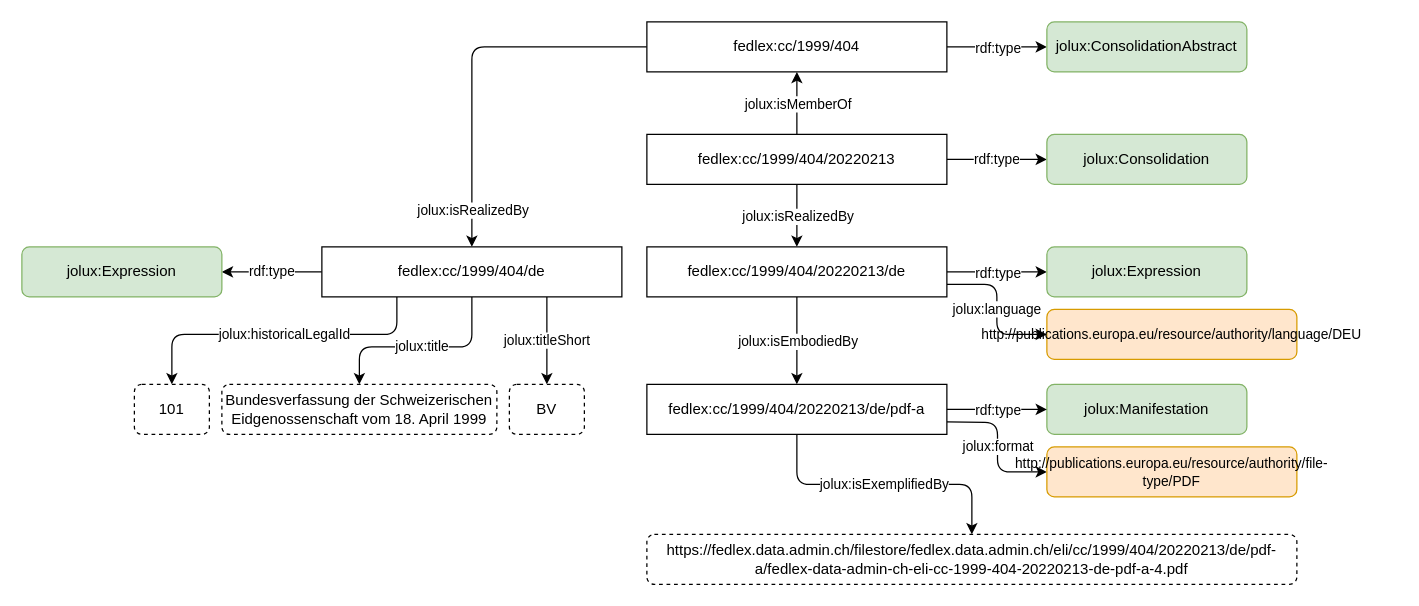
The draw.io diagram content/drawio/manifestation.drawio in bequrios/fedlex, before the edit. Source tidied: cells renumbered, new cells numbered last; positions are measured from the earlier drawing's top-left corner, leaving out a move shared by most shapes. Both pictures are drawn from the tidied source at 125%, with x=0, y=0 at pixel (21, 21).
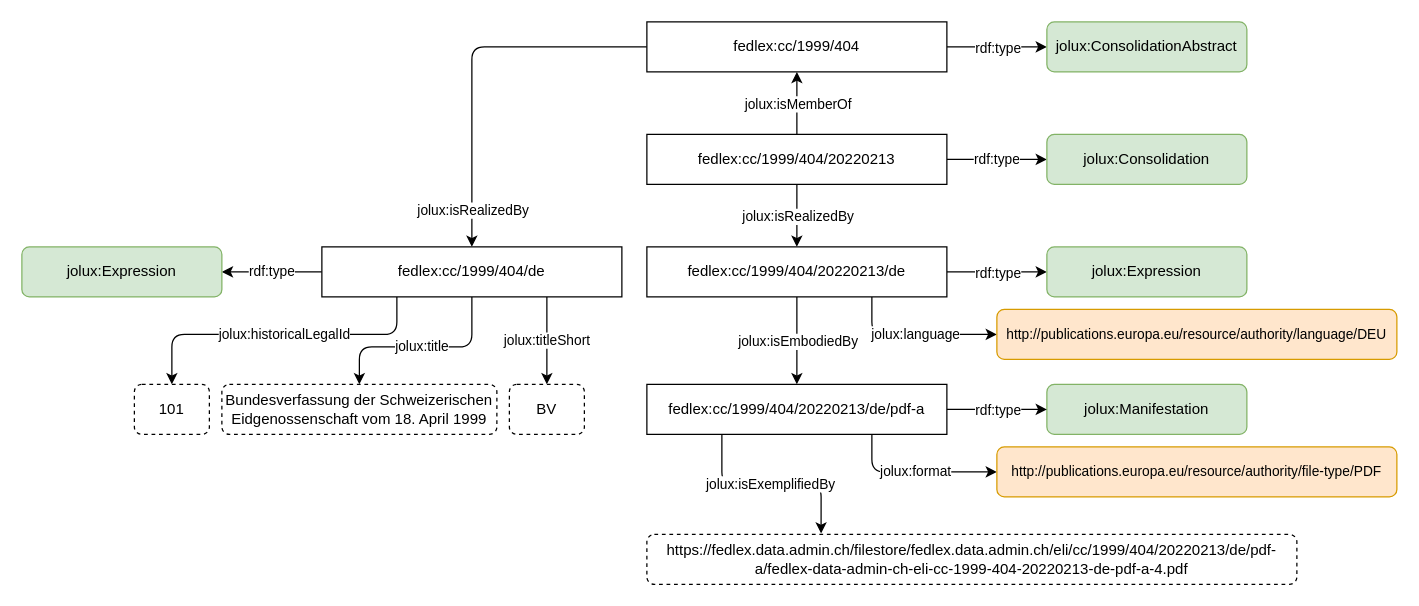
After the change.

The change refers to these unchanged cells:
```xml
<mxCell id="18" value="fedlex:cc/1999/404/20220213/de" style="rounded=0;whiteSpace=wrap;html=1;" parent="1" vertex="1">
  <mxGeometry x="500" y="180" width="240" height="40" as="geometry" />
</mxCell>
<mxCell id="22" value="fedlex:cc/1999/404/20220213/de/pdf-a" style="rounded=0;whiteSpace=wrap;html=1;" parent="1" vertex="1">
  <mxGeometry x="500" y="290" width="240" height="40" as="geometry" />
</mxCell>
<mxCell id="28" value="&lt;span style=&quot;&quot;&gt;https://fedlex.data.admin.ch/filestore/fedlex.data.admin.ch/eli/cc/1999/404/20220213/de/pdf-a/fedlex-data-admin-ch-eli-cc-1999-404-20220213-de-pdf-a-4.pdf&lt;br&gt; &lt;/span&gt;" style="rounded=1;whiteSpace=wrap;html=1;dashed=1;" parent="1" vertex="1">
  <mxGeometry x="500" y="410" width="520" height="40" as="geometry" />
</mxCell>
```

Diff of the diagram source:
```diff
@@
-    <mxCell id="17" value="jolux:language" style="edgeStyle=orthogonalEdgeStyle;html=1;exitX=1;exitY=0.75;exitDx=0;exitDy=0;entryX=0;entryY=0.5;entryDx=0;entryDy=0;" parent="1" edge="1" source="18" target="30">
+    <mxCell id="17" value="jolux:language" style="edgeStyle=orthogonalEdgeStyle;html=1;exitX=0.75;exitY=1;exitDx=0;exitDy=0;entryX=0;entryY=0.5;entryDx=0;entryDy=0;" parent="1" edge="1" source="18" target="30">
       <mxGeometry relative="1" as="geometry" />
     </mxCell>
@@
-    <mxCell id="20" value="jolux:isExemplifiedBy" style="edgeStyle=orthogonalEdgeStyle;html=1;exitX=0.5;exitY=1;exitDx=0;exitDy=0;entryX=0.5;entryY=0;entryDx=0;entryDy=0;spacingLeft=0;spacingRight=0;labelBorderColor=none;spacing=2;" parent="1" edge="1" source="22" target="28">
+    <mxCell id="20" value="jolux:isExemplifiedBy" style="edgeStyle=orthogonalEdgeStyle;html=1;exitX=0.25;exitY=1;exitDx=0;exitDy=0;entryX=0.268;entryY=-0.018;entryDx=0;entryDy=0;spacingLeft=0;spacingRight=0;labelBorderColor=none;spacing=2;entryPerimeter=0;" parent="1" edge="1" source="22" target="28">
       <mxGeometry relative="1" as="geometry" />
     </mxCell>
-    <mxCell id="21" value="jolux:format" style="edgeStyle=orthogonalEdgeStyle;html=1;entryX=0;entryY=0.5;entryDx=0;entryDy=0;fontSize=11;" parent="1" edge="1" target="29">
-      <mxGeometry relative="1" as="geometry">
-        <mxPoint x="740" y="320" as="sourcePoint" />
-      </mxGeometry>
+    <mxCell id="21" value="jolux:format" style="edgeStyle=orthogonalEdgeStyle;html=1;entryX=0;entryY=0.5;entryDx=0;entryDy=0;fontSize=11;exitX=0.75;exitY=1;exitDx=0;exitDy=0;" parent="1" edge="1" source="22" target="29">
+      <mxGeometry relative="1" as="geometry" />
     </mxCell>
@@
     <mxCell id="29" value="&lt;font style=&quot;font-size: 10px;&quot;&gt;&lt;span style=&quot;&quot;&gt;&lt;font style=&quot;font-size: 10px;&quot;&gt;&lt;font style=&quot;font-size: 11px;&quot;&gt;http://publications.europa.eu/resource/authority/file-type/PDF &lt;/font&gt;&lt;/font&gt;&lt;/span&gt;&lt;/font&gt;" style="rounded=1;whiteSpace=wrap;html=1;fillColor=#ffe6cc;strokeColor=#d79b00;fontColor=#000000;" parent="1" vertex="1">
-      <mxGeometry x="820" y="340" width="200" height="40" as="geometry" />
+      <mxGeometry x="780" y="340" width="320" height="40" as="geometry" />
     </mxCell>
     <mxCell id="30" value="&lt;font style=&quot;font-size: 12px;&quot;&gt;&lt;font style=&quot;font-size: 11px;&quot;&gt;http://publications.europa.eu/resource/authority/language/DEU&lt;/font&gt;&lt;/font&gt;" style="rounded=1;whiteSpace=wrap;html=1;fillColor=#ffe6cc;strokeColor=#d79b00;fontColor=#000000;" parent="1" vertex="1">
-      <mxGeometry x="820" y="230" width="200" height="40" as="geometry" />
+      <mxGeometry x="780" y="230" width="320" height="40" as="geometry" />
     </mxCell>
```
